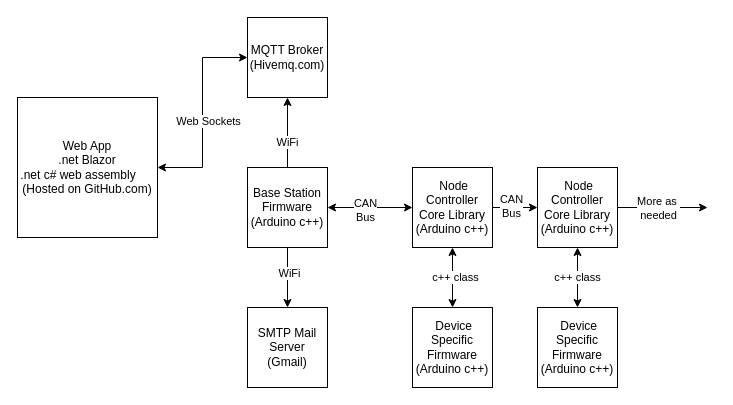
Before: BlockDiagrams/Software.drawio in ProjectFishWorks/Documentation, a draw.io diagram. Source tidied: cells renumbered, new cells numbered last; positions are measured from the earlier drawing's top-left corner, leaving out a move shared by most shapes. Both pictures are drawn from the tidied source at 100%, with x=0, y=0 at pixel (17, 17).
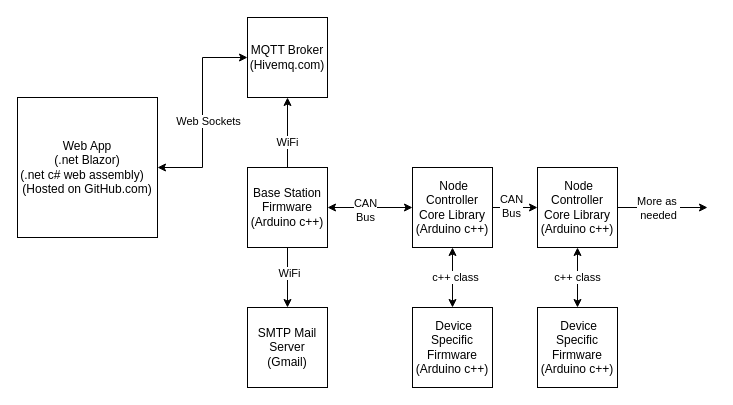
The same page after the edit.

The edit, as a diff of the source:
```diff
@@
-    <mxCell id="25" value="Web App&lt;div&gt;.net Blazor&lt;/div&gt;&lt;div&gt;.net c# web assembly&lt;span style=&quot;white-space: pre;&quot;&gt;&#9;&lt;/span&gt;&lt;/div&gt;&lt;div&gt;&lt;span style=&quot;white-space: pre;&quot;&gt;(Hosted on GitHub.com)&lt;/span&gt;&lt;/div&gt;" style="whiteSpace=wrap;html=1;" parent="1" vertex="1">
+    <mxCell id="25" value="Web App&lt;div&gt;(.net Blazor)&lt;/div&gt;&lt;div&gt;(.net c# web assembly)&lt;span style=&quot;white-space: pre;&quot;&gt;&#9;&lt;/span&gt;&lt;/div&gt;&lt;div&gt;&lt;span style=&quot;white-space: pre;&quot;&gt;(Hosted on GitHub.com)&lt;/span&gt;&lt;/div&gt;" style="whiteSpace=wrap;html=1;" parent="1" vertex="1">
       <mxGeometry y="80" width="140" height="140" as="geometry" />
     </mxCell>
```
